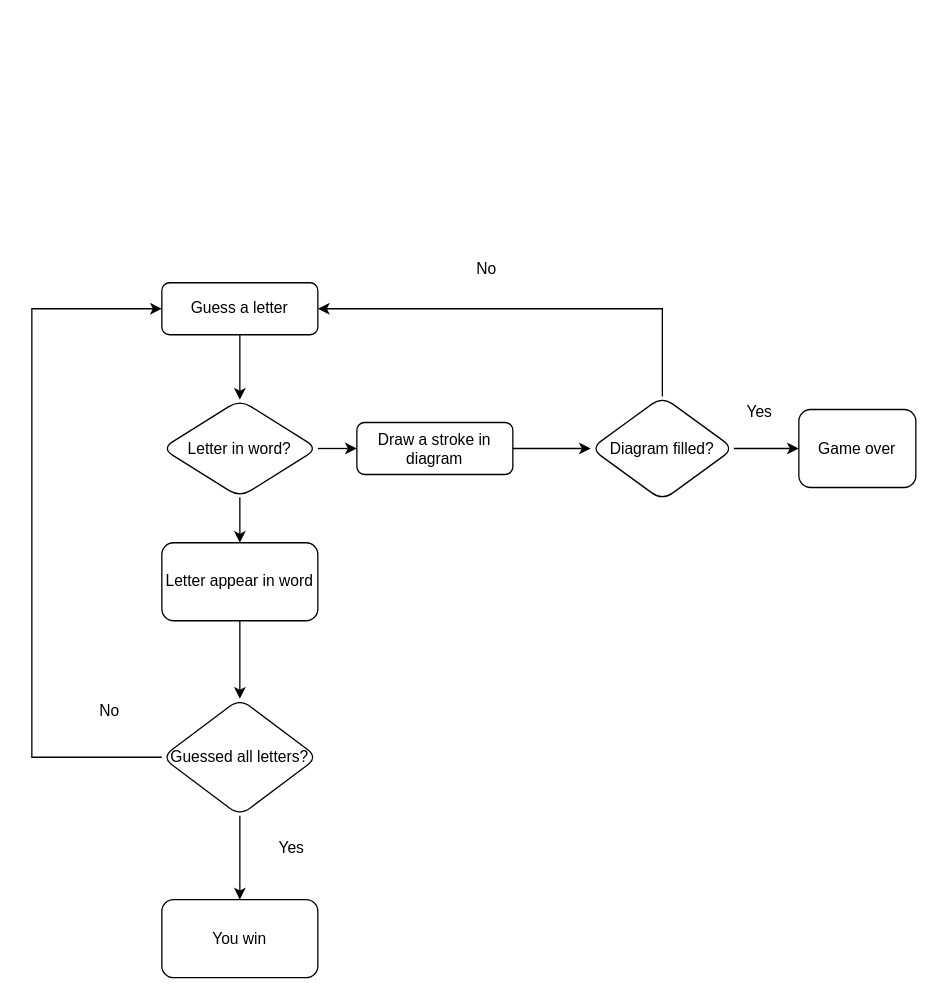
The draw.io diagram hangman/Untitled Diagram.drawio in QuackZ90/Python_Projects, before the edit. Source tidied: cells renumbered, new cells numbered last; positions are measured from the earlier drawing's top-left corner, leaving out a move shared by most shapes. Both pictures are drawn from the tidied source at 130%, with x=0, y=0 at pixel (31, 243).
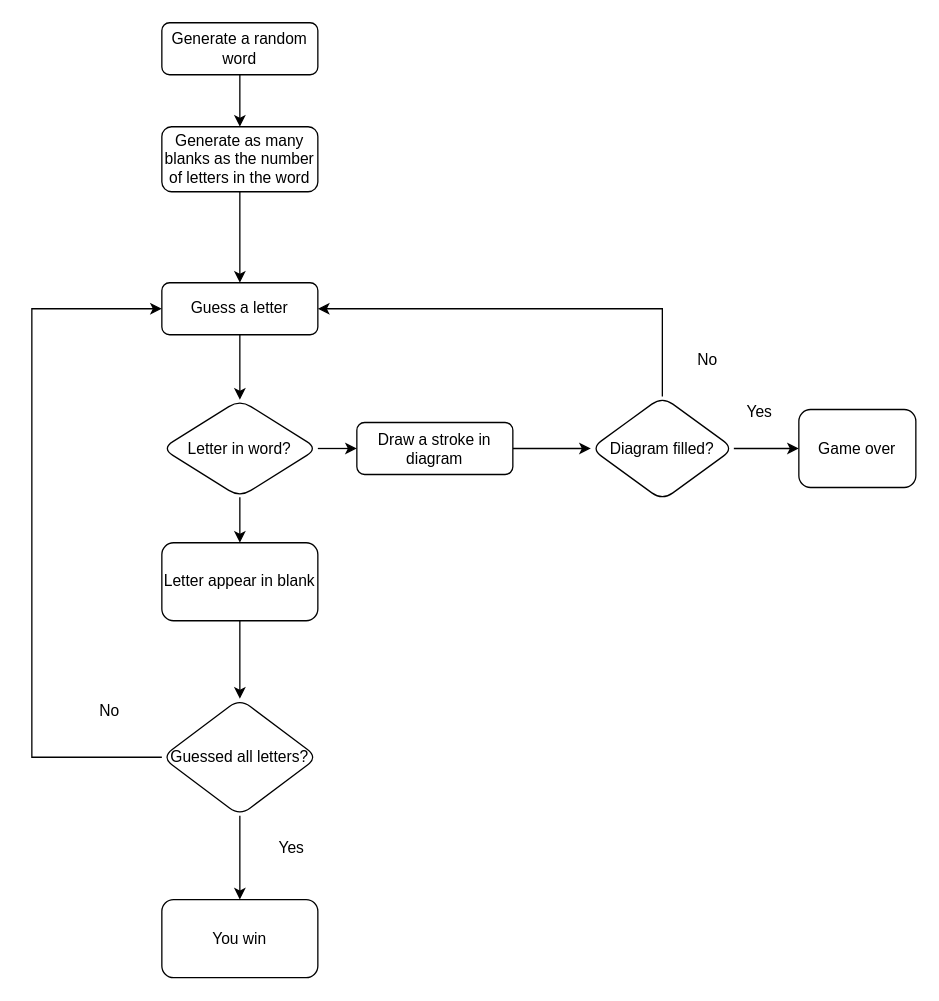
The same page after the edit.

Unchanged cells that the change refers to:
```xml
<mxCell id="3" value="Guess a letter" style="rounded=1;whiteSpace=wrap;html=1;fontSize=12;glass=0;strokeWidth=1;shadow=0;" parent="1" vertex="1">
  <mxGeometry x="100" y="30" width="120" height="40" as="geometry" />
</mxCell>
```

What changed in the source:
```diff
@@
     <mxCell id="9" value="No" style="text;html=1;strokeColor=none;fillColor=none;align=center;verticalAlign=middle;whiteSpace=wrap;rounded=0;" parent="1" vertex="1">
-      <mxGeometry x="320" width="60" height="40" as="geometry" />
+      <mxGeometry x="490" y="70" width="60" height="40" as="geometry" />
     </mxCell>
@@
-    <mxCell id="13" value="Letter appear in word" style="rounded=1;whiteSpace=wrap;html=1;" parent="1" vertex="1">
+    <mxCell id="13" value="Letter appear in blank" style="rounded=1;whiteSpace=wrap;html=1;" parent="1" vertex="1">
       <mxGeometry x="100" y="230" width="120" height="60" as="geometry" />
     </mxCell>
@@
+    <mxCell id="23" style="edgeStyle=elbowEdgeStyle;rounded=0;jettySize=auto;html=1;" parent="1" edge="1" source="24" target="26">
+      <mxGeometry relative="1" as="geometry" />
+    </mxCell>
+    <mxCell id="24" value="Generate a random word" style="rounded=1;whiteSpace=wrap;html=1;" parent="1" vertex="1">
+      <mxGeometry x="100" y="-170" width="120" height="40" as="geometry" />
+    </mxCell>
+    <mxCell id="25" style="edgeStyle=elbowEdgeStyle;rounded=0;jettySize=auto;html=1;entryX=0.5;entryY=0;entryDx=0;entryDy=0;" parent="1" edge="1" source="26" target="3">
+      <mxGeometry relative="1" as="geometry" />
+    </mxCell>
+    <mxCell id="26" value="Generate as many blanks as the number of letters in the word" style="whiteSpace=wrap;html=1;rounded=1;" parent="1" vertex="1">
+      <mxGeometry x="100" y="-90" width="120" height="50" as="geometry" />
+    </mxCell>
```
